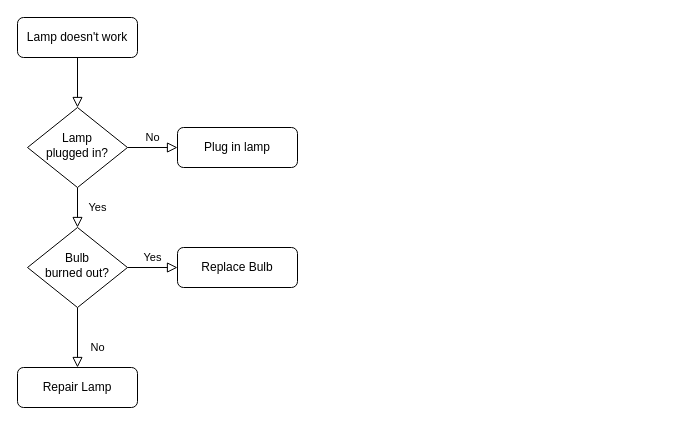
This is Untitled Diagram.drawio from LongKame/quadratic-graph, a draw.io file, before an edit. Source tidied: cells renumbered, new cells numbered last; positions are measured from the earlier drawing's top-left corner, leaving out a move shared by most shapes. Both pictures are drawn from the tidied source at 100%, with x=0, y=0 at pixel (17, 17).
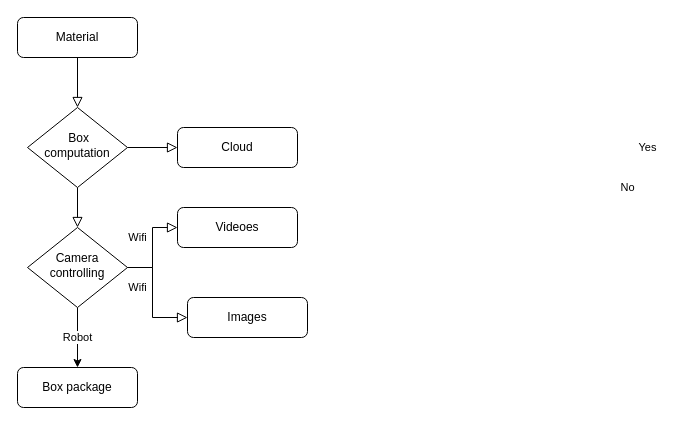
The same diagram, later.

Diff of the diagram source:
```diff
@@
-    <mxCell id="3" value="Lamp doesn't work" style="rounded=1;whiteSpace=wrap;html=1;fontSize=12;glass=0;strokeWidth=1;shadow=0;" parent="1" vertex="1">
+    <mxCell id="3" value="Material" style="rounded=1;whiteSpace=wrap;html=1;fontSize=12;glass=0;strokeWidth=1;shadow=0;" parent="1" vertex="1">
       <mxGeometry width="120" height="40" as="geometry" />
     </mxCell>
     <mxCell id="4" value="Yes" style="rounded=0;html=1;jettySize=auto;fontSize=11;endArrow=block;endFill=0;endSize=8;strokeWidth=1;shadow=0;labelBackgroundColor=none;edgeStyle=orthogonalEdgeStyle;" parent="1" edge="1" source="6" target="10">
-      <mxGeometry y="20" relative="1" as="geometry" />
+      <mxGeometry x="-1" y="571" relative="1" as="geometry">
+        <mxPoint x="-1" y="-40" as="offset" />
+      </mxGeometry>
     </mxCell>
     <mxCell id="5" value="No" style="edgeStyle=orthogonalEdgeStyle;rounded=0;html=1;jettySize=auto;fontSize=11;endArrow=block;endFill=0;endSize=8;strokeWidth=1;shadow=0;labelBackgroundColor=none;" parent="1" edge="1" source="6" target="7">
-      <mxGeometry y="10" relative="1" as="geometry" />
+      <mxGeometry x="1" y="-452" relative="1" as="geometry">
+        <mxPoint x="450" y="-412" as="offset" />
+      </mxGeometry>
     </mxCell>
-    <mxCell id="6" value="Lamp&lt;br&gt;plugged in?" style="rhombus;whiteSpace=wrap;html=1;shadow=0;fontFamily=Helvetica;fontSize=12;align=center;strokeWidth=1;spacing=6;spacingTop=-4;" parent="1" vertex="1">
+    <mxCell id="6" value="&amp;nbsp;Box computation" style="rhombus;whiteSpace=wrap;html=1;shadow=0;fontFamily=Helvetica;fontSize=12;align=center;strokeWidth=1;spacing=6;spacingTop=-4;" parent="1" vertex="1">
       <mxGeometry x="10" y="90" width="100" height="80" as="geometry" />
     </mxCell>
-    <mxCell id="7" value="Plug in lamp" style="rounded=1;whiteSpace=wrap;html=1;fontSize=12;glass=0;strokeWidth=1;shadow=0;" parent="1" vertex="1">
+    <mxCell id="7" value="Cloud" style="rounded=1;whiteSpace=wrap;html=1;fontSize=12;glass=0;strokeWidth=1;shadow=0;" parent="1" vertex="1">
       <mxGeometry x="160" y="110" width="120" height="40" as="geometry" />
     </mxCell>
+    <mxCell id="9" value="Wifi" style="edgeStyle=orthogonalEdgeStyle;rounded=0;html=1;jettySize=auto;fontSize=11;endArrow=block;endFill=0;endSize=8;strokeWidth=1;shadow=0;labelBackgroundColor=none;" parent="1" edge="1" source="10" target="12">
+      <mxGeometry x="0.22" y="15" relative="1" as="geometry">
+        <Array as="points">
+          <mxPoint x="135" y="250" />
+          <mxPoint x="135" y="210" />
+        </Array>
+      </mxGeometry>
+    </mxCell>
-    <mxCell id="8" value="No" style="rounded=0;html=1;jettySize=auto;fontSize=11;endArrow=block;endFill=0;endSize=8;strokeWidth=1;shadow=0;labelBackgroundColor=none;edgeStyle=orthogonalEdgeStyle;" parent="1" edge="1" source="10" target="11">
-      <mxGeometry x="0.33" y="20" relative="1" as="geometry" />
+    <mxCell id="8" value="Robot" style="edgeStyle=orthogonalEdgeStyle;rounded=0;jettySize=auto;html=1;" parent="1" edge="1" source="10" target="11">
+      <mxGeometry relative="1" as="geometry" />
     </mxCell>
-    <mxCell id="9" value="Yes" style="edgeStyle=orthogonalEdgeStyle;rounded=0;html=1;jettySize=auto;fontSize=11;endArrow=block;endFill=0;endSize=8;strokeWidth=1;shadow=0;labelBackgroundColor=none;" parent="1" edge="1" source="10" target="12">
-      <mxGeometry y="10" relative="1" as="geometry" />
-    </mxCell>
-    <mxCell id="10" value="Bulb&lt;br&gt;burned out?" style="rhombus;whiteSpace=wrap;html=1;shadow=0;fontFamily=Helvetica;fontSize=12;align=center;strokeWidth=1;spacing=6;spacingTop=-4;" parent="1" vertex="1">
+    <mxCell id="10" value="Camera controlling" style="rhombus;whiteSpace=wrap;html=1;shadow=0;fontFamily=Helvetica;fontSize=12;align=center;strokeWidth=1;spacing=6;spacingTop=-4;" parent="1" vertex="1">
       <mxGeometry x="10" y="210" width="100" height="80" as="geometry" />
     </mxCell>
-    <mxCell id="11" value="Repair Lamp" style="rounded=1;whiteSpace=wrap;html=1;fontSize=12;glass=0;strokeWidth=1;shadow=0;" parent="1" vertex="1">
+    <mxCell id="11" value="Box package" style="rounded=1;whiteSpace=wrap;html=1;fontSize=12;glass=0;strokeWidth=1;shadow=0;" parent="1" vertex="1">
       <mxGeometry y="350" width="120" height="40" as="geometry" />
     </mxCell>
-    <mxCell id="12" value="Replace Bulb" style="rounded=1;whiteSpace=wrap;html=1;fontSize=12;glass=0;strokeWidth=1;shadow=0;" parent="1" vertex="1">
-      <mxGeometry x="160" y="230" width="120" height="40" as="geometry" />
+    <mxCell id="12" value="Videoes" style="rounded=1;whiteSpace=wrap;html=1;fontSize=12;glass=0;strokeWidth=1;shadow=0;" parent="1" vertex="1">
+      <mxGeometry x="160" y="190" width="120" height="40" as="geometry" />
     </mxCell>
+    <mxCell id="13" value="Wifi" style="edgeStyle=orthogonalEdgeStyle;rounded=0;html=1;jettySize=auto;orthogonalLoop=1;fontSize=11;endArrow=block;endFill=0;endSize=8;strokeWidth=1;shadow=0;labelBackgroundColor=none;" parent="1" edge="1">
+      <mxGeometry x="-0.18" y="-15" relative="1" as="geometry">
+        <mxPoint x="110" y="250" as="sourcePoint" />
+        <mxPoint x="170" y="300" as="targetPoint" />
+        <Array as="points">
+          <mxPoint x="135" y="250" />
+          <mxPoint x="135" y="300" />
+          <mxPoint x="160" y="300" />
+        </Array>
+      </mxGeometry>
+    </mxCell>
+    <mxCell id="14" value="Images" style="rounded=1;whiteSpace=wrap;html=1;fontSize=12;glass=0;strokeWidth=1;shadow=0;" parent="1" vertex="1">
+      <mxGeometry x="170" y="280" width="120" height="40" as="geometry" />
+    </mxCell>
```
